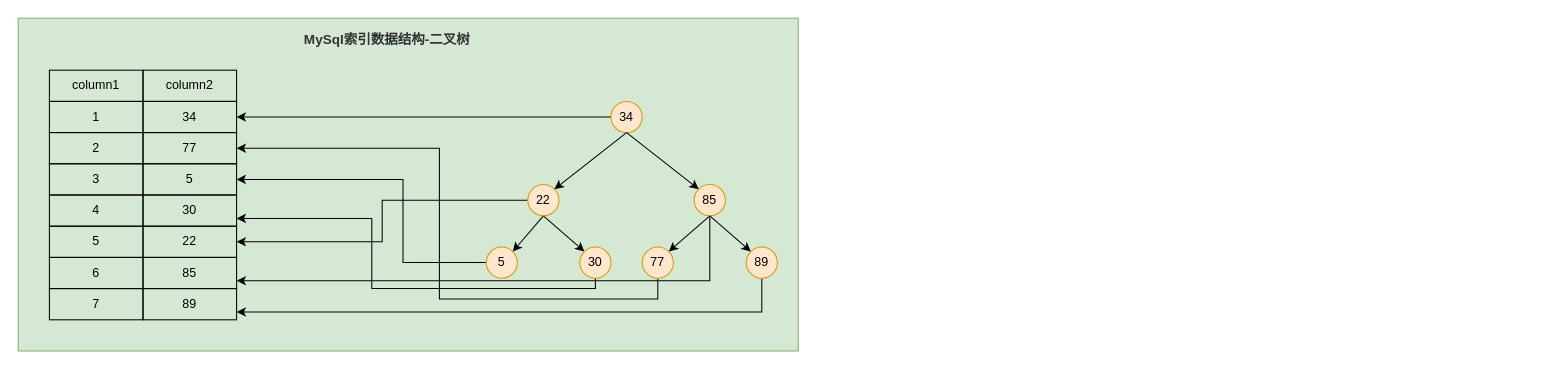
Above: MySQL索引数据结构.drawio in LiHuiBin1995/study-java (draw.io), before the change. Source tidied: cells renumbered, new cells numbered last; positions are measured from the earlier drawing's top-left corner, leaving out a move shared by most shapes. Both pictures are drawn from the tidied source at 104%, with x=0, y=0 at pixel (18, 18).
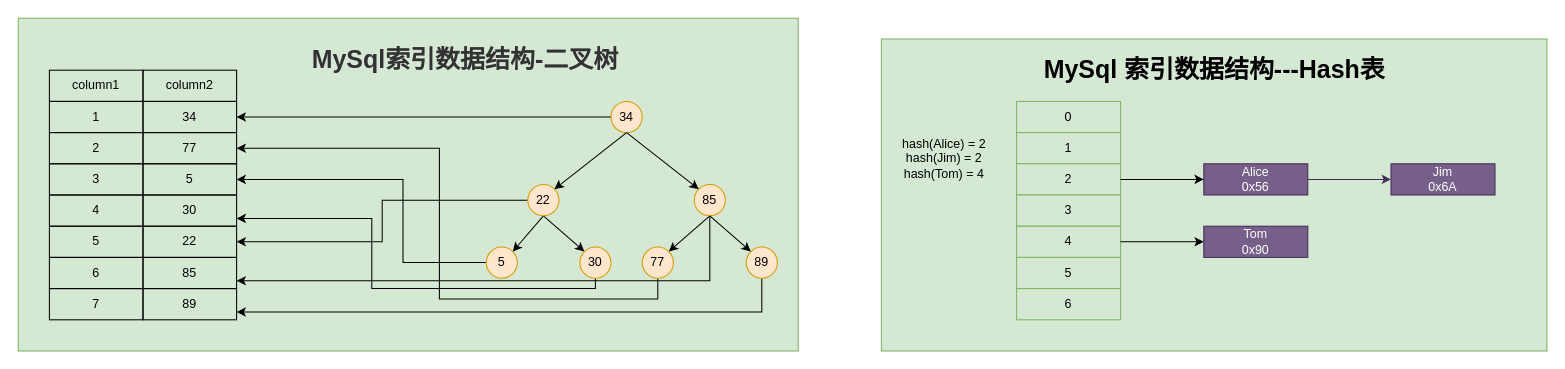
Above is the later version.

Commit message (it also covers changes not shown here):
更新MySQL索引数据结构.drawio

Unchanged cells that the change refers to:
```xml
<mxCell id="4" style="group;" parent="2" vertex="1">
  <mxGeometry x="30" y="10" width="700" height="280" as="geometry" />
</mxCell>
```

The edit, as a diff of the source:
```diff
@@
+    <mxCell id="43" style="rounded=0;whiteSpace=wrap;html=1;fillColor=#d5e8d4;strokeColor=#82b366;" parent="1" vertex="1">
+      <mxGeometry x="830" y="20" width="640" height="300" as="geometry" />
+    </mxCell>
@@
-    <mxCell id="42" value="&lt;span style=&quot;color: rgb(50 , 50 , 50) ; font-size: 13px ; font-weight: 700 ; background-color: rgba(255 , 255 , 255 , 0.01)&quot;&gt;MySql索引数据结构-二叉树&lt;/span&gt;" style="text;html=1;strokeColor=none;fillColor=none;align=center;verticalAlign=middle;whiteSpace=wrap;rounded=0;" parent="4" vertex="1">
-      <mxGeometry x="240" width="170" height="20" as="geometry" />
+    <mxCell id="42" value="&lt;span style=&quot;color: rgb(50 , 50 , 50) ; font-weight: 700 ; background-color: rgba(255 , 255 , 255 , 0.01)&quot;&gt;&lt;font style=&quot;font-size: 24px&quot;&gt;MySql索引数据结构-二叉树&lt;/font&gt;&lt;/span&gt;" style="text;html=1;strokeColor=none;fillColor=none;align=center;verticalAlign=middle;whiteSpace=wrap;rounded=0;" parent="4" vertex="1">
+      <mxGeometry x="240" width="320" height="60" as="geometry" />
     </mxCell>
+    <mxCell id="44" style="group;" parent="1" vertex="1">
+      <mxGeometry x="840" y="40" width="580" height="250" as="geometry" />
+    </mxCell>
+    <mxCell id="45" style="group;" parent="44" vertex="1">
+      <mxGeometry y="40" width="580" height="210" as="geometry" />
+    </mxCell>
+    <mxCell id="46" value="0" style="rounded=0;whiteSpace=wrap;html=1;fillColor=#d5e8d4;strokeColor=#82b366;" parent="45" vertex="1">
+      <mxGeometry x="120" width="100" height="30" as="geometry" />
+    </mxCell>
+    <mxCell id="47" value="1" style="rounded=0;whiteSpace=wrap;html=1;fillColor=#d5e8d4;strokeColor=#82b366;" parent="45" vertex="1">
+      <mxGeometry x="120" y="30" width="100" height="30" as="geometry" />
+    </mxCell>
+    <mxCell id="48" value="2" style="rounded=0;whiteSpace=wrap;html=1;fillColor=#d5e8d4;strokeColor=#82b366;" parent="45" vertex="1">
+      <mxGeometry x="120" y="60" width="100" height="30" as="geometry" />
+    </mxCell>
+    <mxCell id="49" value="3" style="rounded=0;whiteSpace=wrap;html=1;fillColor=#d5e8d4;strokeColor=#82b366;" parent="45" vertex="1">
+      <mxGeometry x="120" y="90" width="100" height="30" as="geometry" />
+    </mxCell>
+    <mxCell id="50" value="4" style="rounded=0;whiteSpace=wrap;html=1;fillColor=#d5e8d4;strokeColor=#82b366;" parent="45" vertex="1">
+      <mxGeometry x="120" y="120" width="100" height="30" as="geometry" />
+    </mxCell>
+    <mxCell id="51" value="5" style="rounded=0;whiteSpace=wrap;html=1;fillColor=#d5e8d4;strokeColor=#82b366;" parent="45" vertex="1">
+      <mxGeometry x="120" y="150" width="100" height="30" as="geometry" />
+    </mxCell>
+    <mxCell id="52" value="6" style="rounded=0;whiteSpace=wrap;html=1;fillColor=#d5e8d4;strokeColor=#82b366;" parent="45" vertex="1">
+      <mxGeometry x="120" y="180" width="100" height="30" as="geometry" />
+    </mxCell>
+    <mxCell id="53" value="Alice&lt;br&gt;0x56" style="rounded=0;whiteSpace=wrap;html=1;fillColor=#76608a;strokeColor=#432D57;fontColor=#ffffff;" parent="45" vertex="1">
+      <mxGeometry x="300" y="60" width="100" height="30" as="geometry" />
+    </mxCell>
+    <mxCell id="54" style="edgeStyle=orthogonalEdgeStyle;rounded=0;jettySize=auto;html=1;" parent="45" edge="1" source="48" target="53">
+      <mxGeometry relative="1" as="geometry" />
+    </mxCell>
+    <mxCell id="55" value="Jim&lt;br&gt;0x6A" style="rounded=0;whiteSpace=wrap;html=1;fillColor=#76608a;strokeColor=#432D57;fontColor=#ffffff;" parent="45" vertex="1">
+      <mxGeometry x="480" y="60" width="100" height="30" as="geometry" />
+    </mxCell>
+    <mxCell id="56" style="edgeStyle=orthogonalEdgeStyle;rounded=0;jettySize=auto;html=1;fillColor=#76608a;strokeColor=#432D57;" parent="45" edge="1" source="53" target="55">
+      <mxGeometry relative="1" as="geometry" />
+    </mxCell>
+    <mxCell id="57" value="Tom&lt;br&gt;0x90" style="rounded=0;whiteSpace=wrap;html=1;fillColor=#76608a;strokeColor=#432D57;fontColor=#ffffff;" parent="45" vertex="1">
+      <mxGeometry x="300" y="120" width="100" height="30" as="geometry" />
+    </mxCell>
+    <mxCell id="58" style="edgeStyle=orthogonalEdgeStyle;rounded=0;jettySize=auto;html=1;" parent="45" edge="1" source="50" target="57">
+      <mxGeometry relative="1" as="geometry" />
+    </mxCell>
+    <mxCell id="59" value="hash(Alice) = 2&lt;br&gt;hash(Jim) = 2&lt;br&gt;hash(Tom) = 4" style="text;html=1;align=center;verticalAlign=middle;strokeColor=none;" parent="45" vertex="1">
+      <mxGeometry y="30" width="100" height="50" as="geometry" />
+    </mxCell>
+    <mxCell id="60" value="&lt;b&gt;&lt;font style=&quot;font-size: 24px&quot;&gt;MySql 索引数据结构---Hash表&lt;/font&gt;&lt;/b&gt;" style="text;html=1;align=center;verticalAlign=middle;strokeColor=none;" parent="44" vertex="1">
+      <mxGeometry x="140" width="340" height="20" as="geometry" />
+    </mxCell>
```
